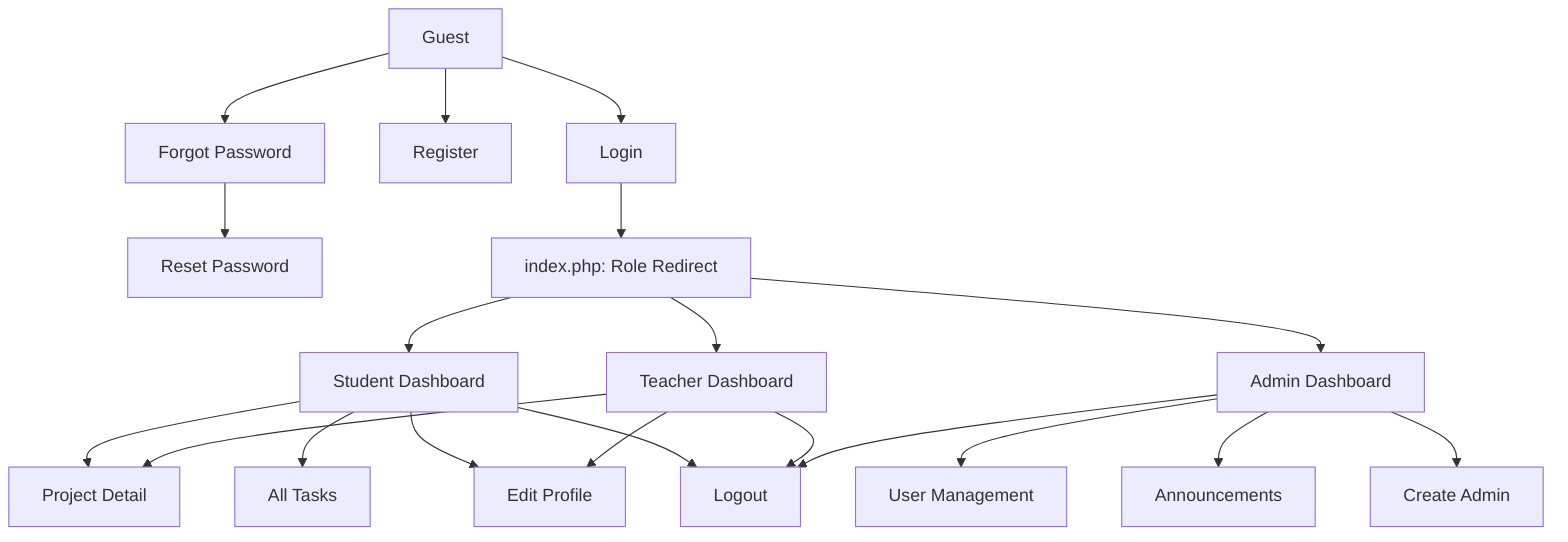
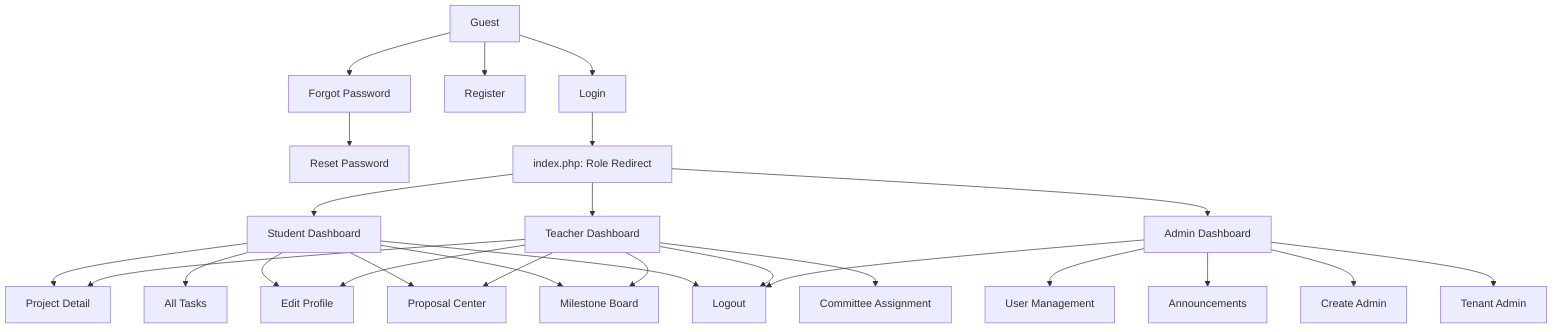
flowchart TD
    A[Guest] --> B[Login]
    A --> C[Register]
    A --> D[Forgot Password]
    D --> E[Reset Password]

    B --> F[index.php: Role Redirect]

    F --> G[Student Dashboard]
    F --> H[Teacher Dashboard]
    F --> I[Admin Dashboard]

    G --> J[Project Detail]
    G --> K[All Tasks]
    G --> L[Edit Profile]
+     G --> Q[Proposal Center]
+     G --> R[Milestone Board]

    H --> J
    H --> L
+     H --> Q
+     H --> R
+     H --> S[Committee Assignment]

    I --> M[User Management]
    I --> N[Announcements]
    I --> O[Create Admin]
+     I --> T[Tenant Admin]

    G --> P[Logout]
    H --> P
    I --> P
- 
